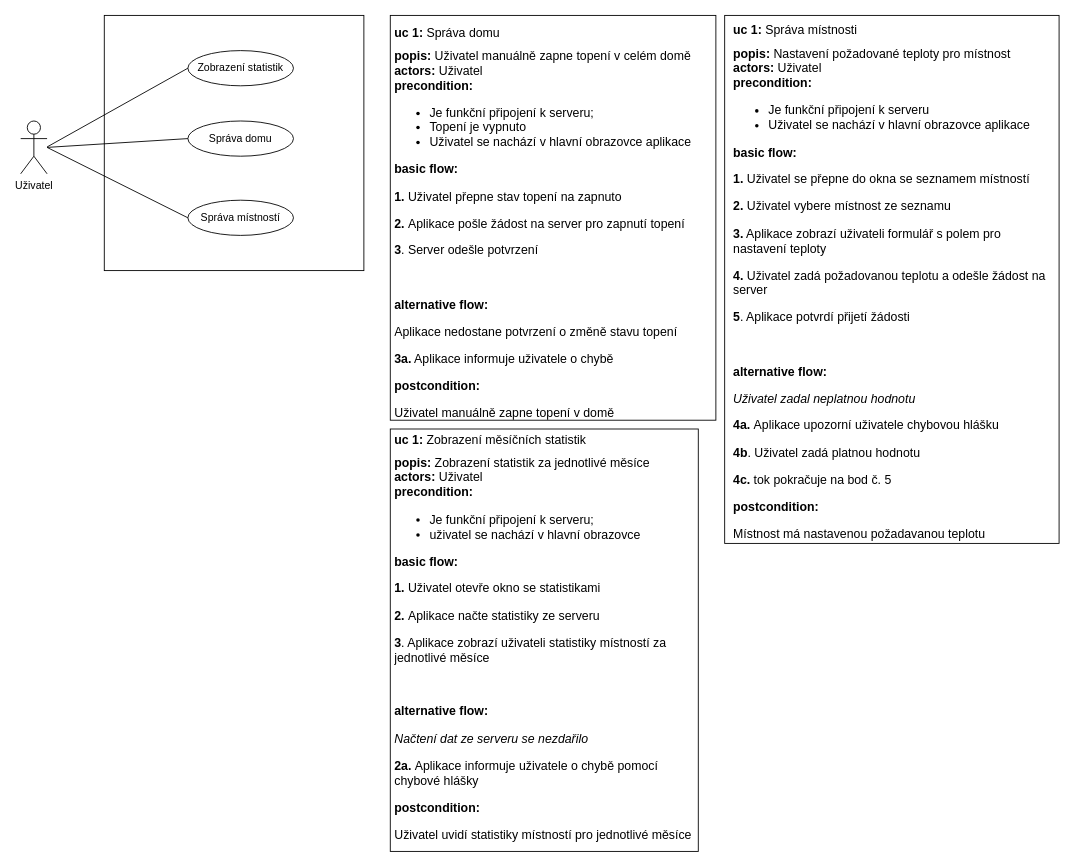
The draw.io diagram doc/projekt_use_case.drawio in torar9/swinz-projekt, before the edit. Source tidied: cells renumbered, new cells numbered last; positions are measured from the earlier drawing's top-left corner, leaving out a move shared by most shapes. Both pictures are drawn from the tidied source at 88%, with x=0, y=0 at pixel (20, 15).
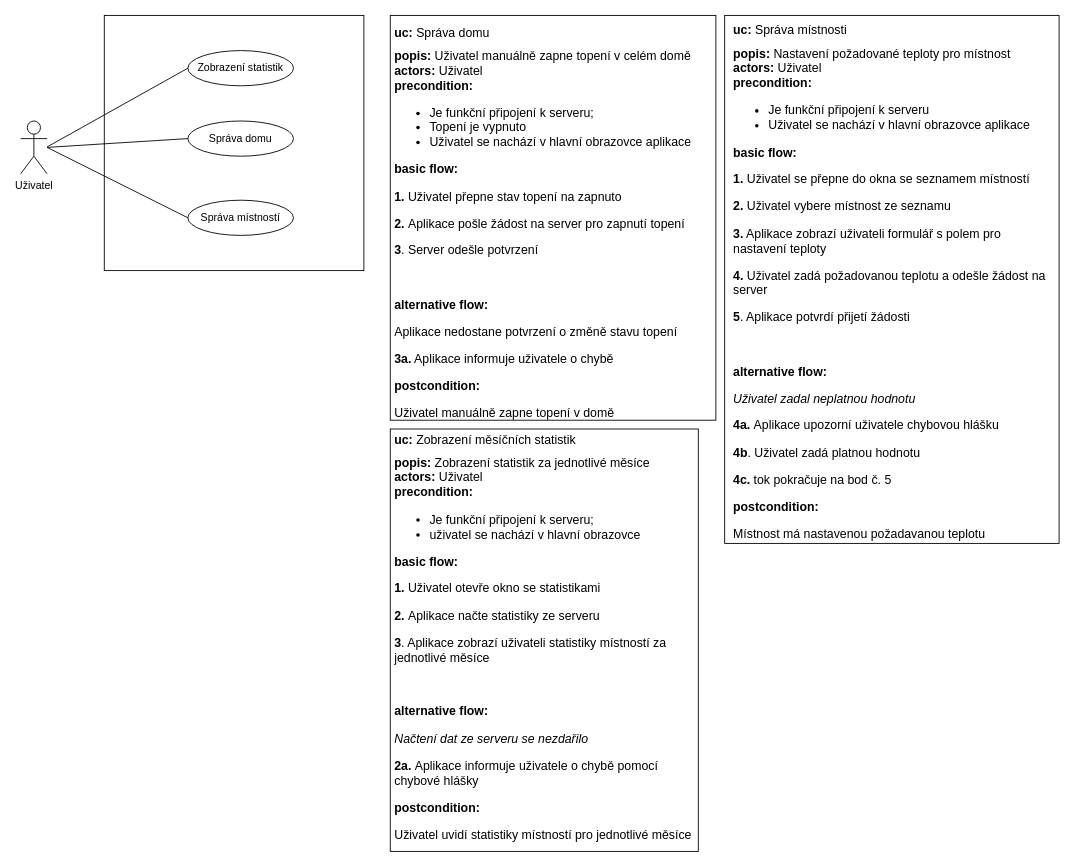
The same diagram, later.

Commit message (it also covers changes not shown here):
SWOT strategy, use case

Change to the diagram source:
```diff
@@
 <mxGraphModel>
   <root>
     <mxCell id="0" />
     <mxCell id="1" parent="0" />
     <mxCell id="2" value="Uživatel" style="shape=umlActor;verticalLabelPosition=bottom;labelBackgroundColor=#ffffff;verticalAlign=top;html=1;" parent="1" vertex="1">
       <mxGeometry y="120" width="30" height="60" as="geometry" />
     </mxCell>
     <mxCell id="3" style="rounded=0;whiteSpace=wrap;html=1;" parent="1" vertex="1">
       <mxGeometry x="95" width="295" height="290" as="geometry" />
     </mxCell>
     <mxCell id="4" value="Zobrazení statistik" style="ellipse;whiteSpace=wrap;html=1;" parent="1" vertex="1">
       <mxGeometry x="190" y="40" width="120" height="40" as="geometry" />
     </mxCell>
     <mxCell id="5" value="Správa domu" style="ellipse;whiteSpace=wrap;html=1;" parent="1" vertex="1">
       <mxGeometry x="190" y="120" width="120" height="40" as="geometry" />
     </mxCell>
     <mxCell id="6" style="endArrow=none;html=1;entryX=0;entryY=0.5;entryDx=0;entryDy=0;" parent="1" edge="1" target="4">
       <mxGeometry relative="1" as="geometry">
         <mxPoint x="30" y="149.5" as="sourcePoint" />
       </mxGeometry>
     </mxCell>
     <mxCell id="7" style="endArrow=none;html=1;entryX=0;entryY=0.5;entryDx=0;entryDy=0;" parent="1" edge="1" target="5">
       <mxGeometry relative="1" as="geometry">
         <mxPoint x="30" y="150" as="sourcePoint" />
       </mxGeometry>
     </mxCell>
     <mxCell id="8" style="rounded=0;whiteSpace=wrap;html=1;" parent="1" vertex="1">
       <mxGeometry x="800" width="380" height="600" as="geometry" />
     </mxCell>
-    <mxCell id="9" value="&lt;h1 style=&quot;font-size: 14px&quot;&gt;&lt;font style=&quot;font-size: 14px&quot;&gt;&lt;font style=&quot;font-size: 14px&quot;&gt;uc 1:&lt;/font&gt;&lt;font style=&quot;font-weight: normal ; font-size: 14px&quot;&gt; Správa místnosti&lt;/font&gt;&lt;/font&gt;&lt;/h1&gt;&lt;div style=&quot;font-size: 14px&quot;&gt;&lt;font style=&quot;font-size: 14px&quot;&gt;&lt;font style=&quot;font-size: 14px&quot;&gt;&lt;b&gt;popis:&lt;/b&gt;&lt;/font&gt;&lt;font style=&quot;font-weight: normal ; font-size: 14px&quot;&gt; Nastavení požadované teploty pro místnost&lt;/font&gt;&lt;/font&gt;&lt;/div&gt;&lt;div style=&quot;font-size: 14px&quot;&gt;&lt;font style=&quot;font-size: 14px&quot;&gt;&lt;font style=&quot;font-size: 14px&quot;&gt;&lt;b&gt;actors:&lt;/b&gt;&lt;/font&gt;&lt;font style=&quot;font-weight: normal ; font-size: 14px&quot;&gt; Uživatel&lt;br&gt;&lt;/font&gt;&lt;/font&gt;&lt;/div&gt;&lt;div style=&quot;font-size: 14px&quot;&gt;&lt;font style=&quot;font-size: 14px&quot;&gt;&lt;font style=&quot;font-size: 14px&quot;&gt;&lt;b&gt;precondition:&amp;nbsp;&lt;/b&gt;&lt;/font&gt;&lt;/font&gt;&lt;/div&gt;&lt;div style=&quot;font-size: 14px&quot;&gt;&lt;ul&gt;&lt;li&gt;&lt;font style=&quot;font-size: 14px&quot;&gt;&lt;font style=&quot;font-weight: normal ; font-size: 14px&quot;&gt;Je funkční připojení k serveru&lt;/font&gt;&lt;/font&gt;&lt;/li&gt;&lt;li&gt;&lt;font style=&quot;font-size: 14px&quot;&gt;&lt;font style=&quot;font-weight: normal ; font-size: 14px&quot;&gt;Uživatel se nachází v hlavní obrazovce aplikace&lt;/font&gt;&lt;/font&gt;&lt;/li&gt;&lt;/ul&gt;&lt;/div&gt;&lt;p style=&quot;font-size: 14px&quot;&gt;&lt;b&gt;&lt;font style=&quot;font-size: 14px&quot;&gt;basic flow:&lt;/font&gt;&lt;/b&gt;&lt;/p&gt;&lt;p style=&quot;font-size: 14px&quot;&gt;&lt;font style=&quot;font-size: 14px&quot;&gt;&lt;b&gt;1. &lt;/b&gt;Uživatel se přepne do okna se seznamem místností&lt;/font&gt;&lt;/p&gt;&lt;p style=&quot;font-size: 14px&quot;&gt;&lt;font style=&quot;font-size: 14px&quot;&gt;&lt;b&gt;2.&lt;/b&gt; Uživatel vybere místnost ze seznamu&lt;/font&gt;&lt;/p&gt;&lt;p style=&quot;font-size: 14px&quot;&gt;&lt;font style=&quot;font-size: 14px&quot;&gt;&lt;b&gt;3.&lt;/b&gt; Aplikace zobrazí uživateli formulář s polem pro nastavení teploty&lt;/font&gt;&lt;/p&gt;&lt;p style=&quot;font-size: 14px&quot;&gt;&lt;font style=&quot;font-size: 14px&quot;&gt;&lt;b&gt;4.&lt;/b&gt; Uživatel zadá požadovanou teplotu a odešle žádost na server&lt;/font&gt;&lt;/p&gt;&lt;p style=&quot;font-size: 14px&quot;&gt;&lt;font style=&quot;font-size: 14px&quot;&gt;&lt;b&gt;5&lt;/b&gt;. Aplikace potvrdí přijetí žádosti&lt;/font&gt;&lt;/p&gt;&lt;p style=&quot;font-size: 14px&quot;&gt;&lt;font style=&quot;font-size: 14px&quot;&gt;&lt;br&gt;&lt;/font&gt;&lt;/p&gt;&lt;p style=&quot;font-size: 14px&quot;&gt;&lt;b&gt;&lt;font style=&quot;font-size: 14px&quot;&gt;alternative flow:&lt;/font&gt;&lt;/b&gt;&lt;/p&gt;&lt;p style=&quot;font-size: 14px&quot;&gt;&lt;i&gt;&lt;font style=&quot;font-size: 14px&quot;&gt;Uživatel zadal neplatnou hodnotu&lt;/font&gt;&lt;/i&gt;&lt;/p&gt;&lt;p style=&quot;font-size: 14px&quot;&gt;&lt;font style=&quot;font-size: 14px&quot;&gt;&lt;b&gt;4a. &lt;/b&gt;Aplikace upozorní uživatele chybovou hlášku&lt;/font&gt;&lt;/p&gt;&lt;p style=&quot;font-size: 14px&quot;&gt;&lt;font style=&quot;font-size: 14px&quot;&gt;&lt;b&gt;4b&lt;/b&gt;. Uživatel zadá platnou hodnotu&lt;/font&gt;&lt;/p&gt;&lt;p style=&quot;font-size: 14px&quot;&gt;&lt;font style=&quot;font-size: 14px&quot;&gt;&lt;b&gt;4c.&lt;/b&gt; tok pokračuje na bod č. 5&lt;/font&gt;&lt;/p&gt;&lt;p style=&quot;font-size: 14px&quot;&gt;&lt;b&gt;&lt;font style=&quot;font-size: 14px&quot;&gt;postcondition:&lt;/font&gt;&lt;/b&gt;&lt;/p&gt;&lt;p style=&quot;font-size: 14px&quot;&gt;&lt;font style=&quot;font-size: 14px&quot;&gt;Místnost má nastavenou požadavanou teplotu&lt;/font&gt;&lt;/p&gt;" style="text;html=1;strokeColor=none;fillColor=none;spacing=5;spacingTop=-20;whiteSpace=wrap;overflow=hidden;rounded=0;" parent="1" vertex="1">
+    <mxCell id="9" value="&lt;h1 style=&quot;font-size: 14px&quot;&gt;&lt;font style=&quot;font-size: 14px&quot;&gt;&lt;font style=&quot;font-size: 14px&quot;&gt;uc:&lt;/font&gt;&lt;font style=&quot;font-weight: normal ; font-size: 14px&quot;&gt; Správa místnosti&lt;/font&gt;&lt;/font&gt;&lt;/h1&gt;&lt;div style=&quot;font-size: 14px&quot;&gt;&lt;font style=&quot;font-size: 14px&quot;&gt;&lt;font style=&quot;font-size: 14px&quot;&gt;&lt;b&gt;popis:&lt;/b&gt;&lt;/font&gt;&lt;font style=&quot;font-weight: normal ; font-size: 14px&quot;&gt; Nastavení požadované teploty pro místnost&lt;/font&gt;&lt;/font&gt;&lt;/div&gt;&lt;div style=&quot;font-size: 14px&quot;&gt;&lt;font style=&quot;font-size: 14px&quot;&gt;&lt;font style=&quot;font-size: 14px&quot;&gt;&lt;b&gt;actors:&lt;/b&gt;&lt;/font&gt;&lt;font style=&quot;font-weight: normal ; font-size: 14px&quot;&gt; Uživatel&lt;br&gt;&lt;/font&gt;&lt;/font&gt;&lt;/div&gt;&lt;div style=&quot;font-size: 14px&quot;&gt;&lt;font style=&quot;font-size: 14px&quot;&gt;&lt;font style=&quot;font-size: 14px&quot;&gt;&lt;b&gt;precondition:&amp;nbsp;&lt;/b&gt;&lt;/font&gt;&lt;/font&gt;&lt;/div&gt;&lt;div style=&quot;font-size: 14px&quot;&gt;&lt;ul&gt;&lt;li&gt;&lt;font style=&quot;font-size: 14px&quot;&gt;&lt;font style=&quot;font-weight: normal ; font-size: 14px&quot;&gt;Je funkční připojení k serveru&lt;/font&gt;&lt;/font&gt;&lt;/li&gt;&lt;li&gt;&lt;font style=&quot;font-size: 14px&quot;&gt;&lt;font style=&quot;font-weight: normal ; font-size: 14px&quot;&gt;Uživatel se nachází v hlavní obrazovce aplikace&lt;/font&gt;&lt;/font&gt;&lt;/li&gt;&lt;/ul&gt;&lt;/div&gt;&lt;p style=&quot;font-size: 14px&quot;&gt;&lt;b&gt;&lt;font style=&quot;font-size: 14px&quot;&gt;basic flow:&lt;/font&gt;&lt;/b&gt;&lt;/p&gt;&lt;p style=&quot;font-size: 14px&quot;&gt;&lt;font style=&quot;font-size: 14px&quot;&gt;&lt;b&gt;1. &lt;/b&gt;Uživatel se přepne do okna se seznamem místností&lt;/font&gt;&lt;/p&gt;&lt;p style=&quot;font-size: 14px&quot;&gt;&lt;font style=&quot;font-size: 14px&quot;&gt;&lt;b&gt;2.&lt;/b&gt; Uživatel vybere místnost ze seznamu&lt;/font&gt;&lt;/p&gt;&lt;p style=&quot;font-size: 14px&quot;&gt;&lt;font style=&quot;font-size: 14px&quot;&gt;&lt;b&gt;3.&lt;/b&gt; Aplikace zobrazí uživateli formulář s polem pro nastavení teploty&lt;/font&gt;&lt;/p&gt;&lt;p style=&quot;font-size: 14px&quot;&gt;&lt;font style=&quot;font-size: 14px&quot;&gt;&lt;b&gt;4.&lt;/b&gt; Uživatel zadá požadovanou teplotu a odešle žádost na server&lt;/font&gt;&lt;/p&gt;&lt;p style=&quot;font-size: 14px&quot;&gt;&lt;font style=&quot;font-size: 14px&quot;&gt;&lt;b&gt;5&lt;/b&gt;. Aplikace potvrdí přijetí žádosti&lt;/font&gt;&lt;/p&gt;&lt;p style=&quot;font-size: 14px&quot;&gt;&lt;font style=&quot;font-size: 14px&quot;&gt;&lt;br&gt;&lt;/font&gt;&lt;/p&gt;&lt;p style=&quot;font-size: 14px&quot;&gt;&lt;b&gt;&lt;font style=&quot;font-size: 14px&quot;&gt;alternative flow:&lt;/font&gt;&lt;/b&gt;&lt;/p&gt;&lt;p style=&quot;font-size: 14px&quot;&gt;&lt;i&gt;&lt;font style=&quot;font-size: 14px&quot;&gt;Uživatel zadal neplatnou hodnotu&lt;/font&gt;&lt;/i&gt;&lt;/p&gt;&lt;p style=&quot;font-size: 14px&quot;&gt;&lt;font style=&quot;font-size: 14px&quot;&gt;&lt;b&gt;4a. &lt;/b&gt;Aplikace upozorní uživatele chybovou hlášku&lt;/font&gt;&lt;/p&gt;&lt;p style=&quot;font-size: 14px&quot;&gt;&lt;font style=&quot;font-size: 14px&quot;&gt;&lt;b&gt;4b&lt;/b&gt;. Uživatel zadá platnou hodnotu&lt;/font&gt;&lt;/p&gt;&lt;p style=&quot;font-size: 14px&quot;&gt;&lt;font style=&quot;font-size: 14px&quot;&gt;&lt;b&gt;4c.&lt;/b&gt; tok pokračuje na bod č. 5&lt;/font&gt;&lt;/p&gt;&lt;p style=&quot;font-size: 14px&quot;&gt;&lt;b&gt;&lt;font style=&quot;font-size: 14px&quot;&gt;postcondition:&lt;/font&gt;&lt;/b&gt;&lt;/p&gt;&lt;p style=&quot;font-size: 14px&quot;&gt;&lt;font style=&quot;font-size: 14px&quot;&gt;Místnost má nastavenou požadavanou teplotu&lt;/font&gt;&lt;/p&gt;" style="text;html=1;strokeColor=none;fillColor=none;spacing=5;spacingTop=-20;whiteSpace=wrap;overflow=hidden;rounded=0;" parent="1" vertex="1">
       <mxGeometry x="805" y="10" width="375" height="590" as="geometry" />
     </mxCell>
     <mxCell id="10" style="rounded=0;whiteSpace=wrap;html=1;" parent="1" vertex="1">
       <mxGeometry x="420" y="470" width="350" height="480" as="geometry" />
     </mxCell>
-    <mxCell id="11" value="&lt;h1 style=&quot;font-size: 14px&quot;&gt;&lt;font style=&quot;font-size: 14px&quot;&gt;&lt;font style=&quot;font-size: 14px&quot;&gt;uc 1:&lt;/font&gt;&lt;font style=&quot;font-weight: normal ; font-size: 14px&quot;&gt; Zobrazení měsíčních statistik&lt;/font&gt;&lt;/font&gt;&lt;/h1&gt;&lt;div style=&quot;font-size: 14px&quot;&gt;&lt;font style=&quot;font-size: 14px&quot;&gt;&lt;font style=&quot;font-size: 14px&quot;&gt;&lt;b&gt;popis:&lt;/b&gt;&lt;/font&gt;&lt;font style=&quot;font-weight: normal ; font-size: 14px&quot;&gt; Zobrazení statistik za jednotlivé měsíce&lt;/font&gt;&lt;/font&gt;&lt;/div&gt;&lt;div style=&quot;font-size: 14px&quot;&gt;&lt;font style=&quot;font-size: 14px&quot;&gt;&lt;font style=&quot;font-size: 14px&quot;&gt;&lt;b&gt;actors: &lt;/b&gt;&lt;/font&gt;&lt;font style=&quot;font-weight: normal ; font-size: 14px&quot;&gt;Uživatel&lt;/font&gt;&lt;/font&gt;&lt;/div&gt;&lt;div style=&quot;font-size: 14px&quot;&gt;&lt;font style=&quot;font-size: 14px&quot;&gt;&lt;font style=&quot;font-size: 14px&quot;&gt;&lt;b&gt;precondition:&amp;nbsp;&lt;/b&gt;&lt;/font&gt;&lt;/font&gt;&lt;/div&gt;&lt;div style=&quot;font-size: 14px&quot;&gt;&lt;ul&gt;&lt;li&gt;&lt;font style=&quot;font-size: 14px&quot;&gt;&lt;font style=&quot;font-weight: normal ; font-size: 14px&quot;&gt;Je funkční připojení k serveru;&amp;nbsp;&lt;/font&gt;&lt;/font&gt;&lt;/li&gt;&lt;li&gt;&lt;font style=&quot;font-size: 14px&quot;&gt;&lt;span&gt;uživatel se nachází v hlavní obrazovce&lt;/span&gt;&lt;/font&gt;&lt;/li&gt;&lt;/ul&gt;&lt;/div&gt;&lt;p style=&quot;font-size: 14px&quot;&gt;&lt;b&gt;&lt;font style=&quot;font-size: 14px&quot;&gt;basic flow:&lt;/font&gt;&lt;/b&gt;&lt;/p&gt;&lt;p style=&quot;font-size: 14px&quot;&gt;&lt;font style=&quot;font-size: 14px&quot;&gt;&lt;b&gt;1. &lt;/b&gt;Uživatel otevře okno se statistikami&lt;/font&gt;&lt;/p&gt;&lt;p style=&quot;font-size: 14px&quot;&gt;&lt;font style=&quot;font-size: 14px&quot;&gt;&lt;b&gt;2. &lt;/b&gt;Aplikace načte statistiky ze serveru&lt;/font&gt;&lt;/p&gt;&lt;p style=&quot;font-size: 14px&quot;&gt;&lt;font style=&quot;font-size: 14px&quot;&gt;&lt;b&gt;3&lt;/b&gt;. Aplikace zobrazí uživateli statistiky místností za jednotlivé měsíce&lt;/font&gt;&lt;/p&gt;&lt;p style=&quot;font-size: 14px&quot;&gt;&lt;font style=&quot;font-size: 14px&quot;&gt;&lt;br&gt;&lt;/font&gt;&lt;/p&gt;&lt;p style=&quot;font-size: 14px&quot;&gt;&lt;font style=&quot;font-size: 14px&quot;&gt;&lt;b&gt;alternative flow:&lt;/b&gt;&lt;br&gt;&lt;/font&gt;&lt;/p&gt;&lt;p style=&quot;font-size: 14px&quot;&gt;&lt;i&gt;&lt;font style=&quot;font-size: 14px&quot;&gt;Načtení dat ze serveru se nezdařilo&lt;/font&gt;&lt;/i&gt;&lt;/p&gt;&lt;p style=&quot;font-size: 14px&quot;&gt;&lt;font style=&quot;font-size: 14px&quot;&gt;&lt;b&gt;2a. &lt;/b&gt;Aplikace informuje uživatele o chybě pomocí chybové hlášky&lt;/font&gt;&lt;/p&gt;&lt;p style=&quot;font-size: 14px&quot;&gt;&lt;b&gt;&lt;font style=&quot;font-size: 14px&quot;&gt;postcondition:&lt;/font&gt;&lt;/b&gt;&lt;/p&gt;&lt;p style=&quot;font-size: 14px&quot;&gt;&lt;font style=&quot;font-size: 14px&quot;&gt;Uživatel uvidí statistiky místností pro jednotlivé měsíce&lt;/font&gt;&lt;/p&gt;" style="text;html=1;strokeColor=none;fillColor=none;spacing=5;spacingTop=-20;whiteSpace=wrap;overflow=hidden;rounded=0;" parent="1" vertex="1">
+    <mxCell id="11" value="&lt;h1 style=&quot;font-size: 14px&quot;&gt;&lt;font style=&quot;font-size: 14px&quot;&gt;&lt;font style=&quot;font-size: 14px&quot;&gt;uc:&lt;/font&gt;&lt;font style=&quot;font-weight: normal ; font-size: 14px&quot;&gt; Zobrazení měsíčních statistik&lt;/font&gt;&lt;/font&gt;&lt;/h1&gt;&lt;div style=&quot;font-size: 14px&quot;&gt;&lt;font style=&quot;font-size: 14px&quot;&gt;&lt;font style=&quot;font-size: 14px&quot;&gt;&lt;b&gt;popis:&lt;/b&gt;&lt;/font&gt;&lt;font style=&quot;font-weight: normal ; font-size: 14px&quot;&gt; Zobrazení statistik za jednotlivé měsíce&lt;/font&gt;&lt;/font&gt;&lt;/div&gt;&lt;div style=&quot;font-size: 14px&quot;&gt;&lt;font style=&quot;font-size: 14px&quot;&gt;&lt;font style=&quot;font-size: 14px&quot;&gt;&lt;b&gt;actors: &lt;/b&gt;&lt;/font&gt;&lt;font style=&quot;font-weight: normal ; font-size: 14px&quot;&gt;Uživatel&lt;/font&gt;&lt;/font&gt;&lt;/div&gt;&lt;div style=&quot;font-size: 14px&quot;&gt;&lt;font style=&quot;font-size: 14px&quot;&gt;&lt;font style=&quot;font-size: 14px&quot;&gt;&lt;b&gt;precondition:&amp;nbsp;&lt;/b&gt;&lt;/font&gt;&lt;/font&gt;&lt;/div&gt;&lt;div style=&quot;font-size: 14px&quot;&gt;&lt;ul&gt;&lt;li&gt;&lt;font style=&quot;font-size: 14px&quot;&gt;&lt;font style=&quot;font-weight: normal ; font-size: 14px&quot;&gt;Je funkční připojení k serveru;&amp;nbsp;&lt;/font&gt;&lt;/font&gt;&lt;/li&gt;&lt;li&gt;&lt;font style=&quot;font-size: 14px&quot;&gt;&lt;span&gt;uživatel se nachází v hlavní obrazovce&lt;/span&gt;&lt;/font&gt;&lt;/li&gt;&lt;/ul&gt;&lt;/div&gt;&lt;p style=&quot;font-size: 14px&quot;&gt;&lt;b&gt;&lt;font style=&quot;font-size: 14px&quot;&gt;basic flow:&lt;/font&gt;&lt;/b&gt;&lt;/p&gt;&lt;p style=&quot;font-size: 14px&quot;&gt;&lt;font style=&quot;font-size: 14px&quot;&gt;&lt;b&gt;1. &lt;/b&gt;Uživatel otevře okno se statistikami&lt;/font&gt;&lt;/p&gt;&lt;p style=&quot;font-size: 14px&quot;&gt;&lt;font style=&quot;font-size: 14px&quot;&gt;&lt;b&gt;2. &lt;/b&gt;Aplikace načte statistiky ze serveru&lt;/font&gt;&lt;/p&gt;&lt;p style=&quot;font-size: 14px&quot;&gt;&lt;font style=&quot;font-size: 14px&quot;&gt;&lt;b&gt;3&lt;/b&gt;. Aplikace zobrazí uživateli statistiky místností za jednotlivé měsíce&lt;/font&gt;&lt;/p&gt;&lt;p style=&quot;font-size: 14px&quot;&gt;&lt;font style=&quot;font-size: 14px&quot;&gt;&lt;br&gt;&lt;/font&gt;&lt;/p&gt;&lt;p style=&quot;font-size: 14px&quot;&gt;&lt;font style=&quot;font-size: 14px&quot;&gt;&lt;b&gt;alternative flow:&lt;/b&gt;&lt;br&gt;&lt;/font&gt;&lt;/p&gt;&lt;p style=&quot;font-size: 14px&quot;&gt;&lt;i&gt;&lt;font style=&quot;font-size: 14px&quot;&gt;Načtení dat ze serveru se nezdařilo&lt;/font&gt;&lt;/i&gt;&lt;/p&gt;&lt;p style=&quot;font-size: 14px&quot;&gt;&lt;font style=&quot;font-size: 14px&quot;&gt;&lt;b&gt;2a. &lt;/b&gt;Aplikace informuje uživatele o chybě pomocí chybové hlášky&lt;/font&gt;&lt;/p&gt;&lt;p style=&quot;font-size: 14px&quot;&gt;&lt;b&gt;&lt;font style=&quot;font-size: 14px&quot;&gt;postcondition:&lt;/font&gt;&lt;/b&gt;&lt;/p&gt;&lt;p style=&quot;font-size: 14px&quot;&gt;&lt;font style=&quot;font-size: 14px&quot;&gt;Uživatel uvidí statistiky místností pro jednotlivé měsíce&lt;/font&gt;&lt;/p&gt;" style="text;html=1;strokeColor=none;fillColor=none;spacing=5;spacingTop=-20;whiteSpace=wrap;overflow=hidden;rounded=0;" parent="1" vertex="1">
       <mxGeometry x="420" y="475" width="350" height="470" as="geometry" />
     </mxCell>
     <mxCell id="12" value="Správa místností" style="ellipse;whiteSpace=wrap;html=1;" parent="1" vertex="1">
       <mxGeometry x="190" y="210" width="120" height="40" as="geometry" />
     </mxCell>
     <mxCell id="13" style="endArrow=none;html=1;entryX=0;entryY=0.5;entryDx=0;entryDy=0;" parent="1" edge="1" target="12">
       <mxGeometry relative="1" as="geometry">
         <mxPoint x="30" y="150" as="sourcePoint" />
       </mxGeometry>
     </mxCell>
     <mxCell id="14" style="rounded=0;whiteSpace=wrap;html=1;" parent="1" vertex="1">
       <mxGeometry x="420" width="370" height="460" as="geometry" />
     </mxCell>
-    <mxCell id="15" value="&lt;p style=&quot;line-height: 120%&quot;&gt;&lt;/p&gt;&lt;h1 style=&quot;font-size: 14px&quot;&gt;&lt;font style=&quot;font-size: 14px&quot;&gt;&lt;font style=&quot;font-size: 14px&quot;&gt;uc 1:&lt;/font&gt;&lt;font style=&quot;font-weight: normal ; font-size: 14px&quot;&gt;&amp;nbsp;Správa domu&lt;/font&gt;&lt;/font&gt;&lt;/h1&gt;&lt;div style=&quot;font-size: 14px&quot;&gt;&lt;font style=&quot;font-size: 14px&quot;&gt;&lt;font style=&quot;font-size: 14px&quot;&gt;&lt;b&gt;popis:&lt;/b&gt;&lt;/font&gt;&lt;font style=&quot;font-weight: normal ; font-size: 14px&quot;&gt;&amp;nbsp;Uživatel manuálně zapne topení v celém domě&lt;/font&gt;&lt;/font&gt;&lt;/div&gt;&lt;div style=&quot;font-size: 14px&quot;&gt;&lt;font style=&quot;font-size: 14px&quot;&gt;&lt;font style=&quot;font-size: 14px&quot;&gt;&lt;b&gt;actors: &lt;/b&gt;&lt;/font&gt;&lt;font style=&quot;font-weight: normal ; font-size: 14px&quot;&gt;Uživatel&lt;/font&gt;&lt;/font&gt;&lt;/div&gt;&lt;div style=&quot;font-size: 14px&quot;&gt;&lt;font style=&quot;font-size: 14px&quot;&gt;&lt;font style=&quot;font-size: 14px&quot;&gt;&lt;b&gt;precondition:&amp;nbsp;&lt;/b&gt;&lt;/font&gt;&lt;/font&gt;&lt;/div&gt;&lt;div style=&quot;font-size: 14px&quot;&gt;&lt;ul&gt;&lt;li&gt;&lt;font style=&quot;font-size: 14px&quot;&gt;&lt;font style=&quot;font-weight: normal ; font-size: 14px&quot;&gt;Je funkční připojení k serveru;&lt;/font&gt;&lt;/font&gt;&lt;/li&gt;&lt;li&gt;Topení je vypnuto&lt;/li&gt;&lt;li&gt;&lt;font style=&quot;font-size: 14px&quot;&gt;&lt;span&gt;Uživatel se nachází v hlavní obrazovce aplikace&lt;/span&gt;&lt;/font&gt;&lt;/li&gt;&lt;/ul&gt;&lt;/div&gt;&lt;p style=&quot;font-size: 14px&quot;&gt;&lt;b&gt;&lt;font style=&quot;font-size: 14px&quot;&gt;basic flow:&lt;/font&gt;&lt;/b&gt;&lt;/p&gt;&lt;p style=&quot;font-size: 14px&quot;&gt;&lt;font style=&quot;font-size: 14px&quot;&gt;&lt;b&gt;1. &lt;/b&gt;Uživatel přepne stav topení na zapnuto&lt;/font&gt;&lt;/p&gt;&lt;p style=&quot;font-size: 14px&quot;&gt;&lt;b&gt;2. &lt;/b&gt;&lt;span&gt;Aplikace pošle žádost na server pro zapnutí topení&lt;/span&gt;&lt;/p&gt;&lt;p style=&quot;font-size: 14px&quot;&gt;&lt;font style=&quot;font-size: 14px&quot;&gt;&lt;b&gt;3&lt;/b&gt;. Server odešle potvrzení&lt;/font&gt;&lt;/p&gt;&lt;p style=&quot;font-size: 14px&quot;&gt;&lt;font style=&quot;font-size: 14px&quot;&gt;&lt;br&gt;&lt;/font&gt;&lt;/p&gt;&lt;p style=&quot;font-size: 14px&quot;&gt;&lt;font style=&quot;font-size: 14px&quot;&gt;&lt;b&gt;alternative flow:&lt;/b&gt;&lt;br&gt;&lt;/font&gt;&lt;/p&gt;&lt;p style=&quot;font-size: 14px&quot;&gt;&lt;font style=&quot;font-size: 14px&quot;&gt;Aplikace nedostane potvrzení o změně stavu topení&lt;/font&gt;&lt;/p&gt;&lt;p style=&quot;font-size: 14px&quot;&gt;&lt;font style=&quot;font-size: 14px&quot;&gt;&lt;b&gt;3a.&lt;/b&gt; Aplikace informuje uživatele o chybě&lt;/font&gt;&lt;/p&gt;&lt;p style=&quot;font-size: 14px&quot;&gt;&lt;b&gt;&lt;font style=&quot;font-size: 14px&quot;&gt;postcondition:&lt;/font&gt;&lt;/b&gt;&lt;/p&gt;&lt;p style=&quot;font-size: 14px&quot;&gt;&lt;font style=&quot;font-size: 14px&quot;&gt;Uživatel manuálně zapne topení v domě&lt;/font&gt;&lt;/p&gt;&lt;p&gt;&lt;/p&gt;" style="text;html=1;strokeColor=none;fillColor=none;spacing=5;spacingTop=-20;whiteSpace=wrap;overflow=hidden;rounded=0;align=left;" parent="1" vertex="1">
+    <mxCell id="15" value="&lt;p style=&quot;line-height: 120%&quot;&gt;&lt;/p&gt;&lt;h1 style=&quot;font-size: 14px&quot;&gt;&lt;font style=&quot;font-size: 14px&quot;&gt;&lt;font style=&quot;font-size: 14px&quot;&gt;uc:&lt;/font&gt;&lt;font style=&quot;font-weight: normal ; font-size: 14px&quot;&gt;&amp;nbsp;Správa domu&lt;/font&gt;&lt;/font&gt;&lt;/h1&gt;&lt;div style=&quot;font-size: 14px&quot;&gt;&lt;font style=&quot;font-size: 14px&quot;&gt;&lt;font style=&quot;font-size: 14px&quot;&gt;&lt;b&gt;popis:&lt;/b&gt;&lt;/font&gt;&lt;font style=&quot;font-weight: normal ; font-size: 14px&quot;&gt;&amp;nbsp;Uživatel manuálně zapne topení v celém domě&lt;/font&gt;&lt;/font&gt;&lt;/div&gt;&lt;div style=&quot;font-size: 14px&quot;&gt;&lt;font style=&quot;font-size: 14px&quot;&gt;&lt;font style=&quot;font-size: 14px&quot;&gt;&lt;b&gt;actors: &lt;/b&gt;&lt;/font&gt;&lt;font style=&quot;font-weight: normal ; font-size: 14px&quot;&gt;Uživatel&lt;/font&gt;&lt;/font&gt;&lt;/div&gt;&lt;div style=&quot;font-size: 14px&quot;&gt;&lt;font style=&quot;font-size: 14px&quot;&gt;&lt;font style=&quot;font-size: 14px&quot;&gt;&lt;b&gt;precondition:&amp;nbsp;&lt;/b&gt;&lt;/font&gt;&lt;/font&gt;&lt;/div&gt;&lt;div style=&quot;font-size: 14px&quot;&gt;&lt;ul&gt;&lt;li&gt;&lt;font style=&quot;font-size: 14px&quot;&gt;&lt;font style=&quot;font-weight: normal ; font-size: 14px&quot;&gt;Je funkční připojení k serveru;&lt;/font&gt;&lt;/font&gt;&lt;/li&gt;&lt;li&gt;Topení je vypnuto&lt;/li&gt;&lt;li&gt;&lt;font style=&quot;font-size: 14px&quot;&gt;&lt;span&gt;Uživatel se nachází v hlavní obrazovce aplikace&lt;/span&gt;&lt;/font&gt;&lt;/li&gt;&lt;/ul&gt;&lt;/div&gt;&lt;p style=&quot;font-size: 14px&quot;&gt;&lt;b&gt;&lt;font style=&quot;font-size: 14px&quot;&gt;basic flow:&lt;/font&gt;&lt;/b&gt;&lt;/p&gt;&lt;p style=&quot;font-size: 14px&quot;&gt;&lt;font style=&quot;font-size: 14px&quot;&gt;&lt;b&gt;1. &lt;/b&gt;Uživatel přepne stav topení na zapnuto&lt;/font&gt;&lt;/p&gt;&lt;p style=&quot;font-size: 14px&quot;&gt;&lt;b&gt;2. &lt;/b&gt;&lt;span&gt;Aplikace pošle žádost na server pro zapnutí topení&lt;/span&gt;&lt;/p&gt;&lt;p style=&quot;font-size: 14px&quot;&gt;&lt;font style=&quot;font-size: 14px&quot;&gt;&lt;b&gt;3&lt;/b&gt;. Server odešle potvrzení&lt;/font&gt;&lt;/p&gt;&lt;p style=&quot;font-size: 14px&quot;&gt;&lt;font style=&quot;font-size: 14px&quot;&gt;&lt;br&gt;&lt;/font&gt;&lt;/p&gt;&lt;p style=&quot;font-size: 14px&quot;&gt;&lt;font style=&quot;font-size: 14px&quot;&gt;&lt;b&gt;alternative flow:&lt;/b&gt;&lt;br&gt;&lt;/font&gt;&lt;/p&gt;&lt;p style=&quot;font-size: 14px&quot;&gt;&lt;font style=&quot;font-size: 14px&quot;&gt;Aplikace nedostane potvrzení o změně stavu topení&lt;/font&gt;&lt;/p&gt;&lt;p style=&quot;font-size: 14px&quot;&gt;&lt;font style=&quot;font-size: 14px&quot;&gt;&lt;b&gt;3a.&lt;/b&gt; Aplikace informuje uživatele o chybě&lt;/font&gt;&lt;/p&gt;&lt;p style=&quot;font-size: 14px&quot;&gt;&lt;b&gt;&lt;font style=&quot;font-size: 14px&quot;&gt;postcondition:&lt;/font&gt;&lt;/b&gt;&lt;/p&gt;&lt;p style=&quot;font-size: 14px&quot;&gt;&lt;font style=&quot;font-size: 14px&quot;&gt;Uživatel manuálně zapne topení v domě&lt;/font&gt;&lt;/p&gt;&lt;p&gt;&lt;/p&gt;" style="text;html=1;strokeColor=none;fillColor=none;spacing=5;spacingTop=-20;whiteSpace=wrap;overflow=hidden;rounded=0;align=left;" parent="1" vertex="1">
       <mxGeometry x="420" y="10" width="350" height="450" as="geometry" />
     </mxCell>
   </root>
 </mxGraphModel>
```
